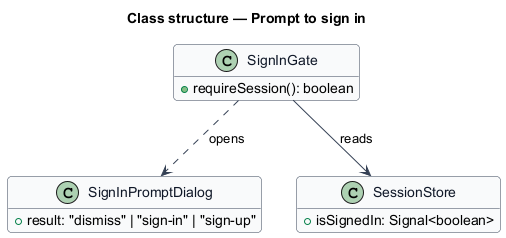
This is docs/detailed-designs/accounts/prompt-sign-in/diagrams/class-structure.png from QuinntyneBrown/hummi, a PlantUML export, as it was before one commit.
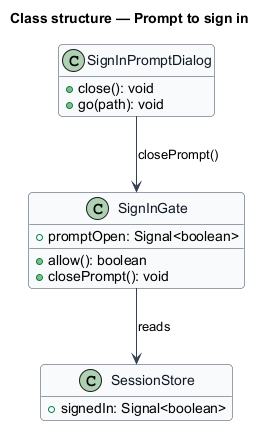
The same file after the commit.

The edit, as a diff of the source:
```diff
@@ -13,14 +13,17 @@
 title Class structure — Prompt to sign in
 
 class SignInGate {
-  +requireSession(): boolean
+  +promptOpen: Signal<boolean>
+  +allow(): boolean
+  +closePrompt(): void
 }
 class SignInPromptDialog {
-  +result: "dismiss" | "sign-in" | "sign-up"
+  +close(): void
+  +go(path): void
 }
 class SessionStore {
-  +isSignedIn: Signal<boolean>
+  +signedIn: Signal<boolean>
 }
 SignInGate --> SessionStore : reads
-SignInGate ..> SignInPromptDialog : opens
+SignInPromptDialog --> SignInGate : closePrompt()
 @enduml
```
